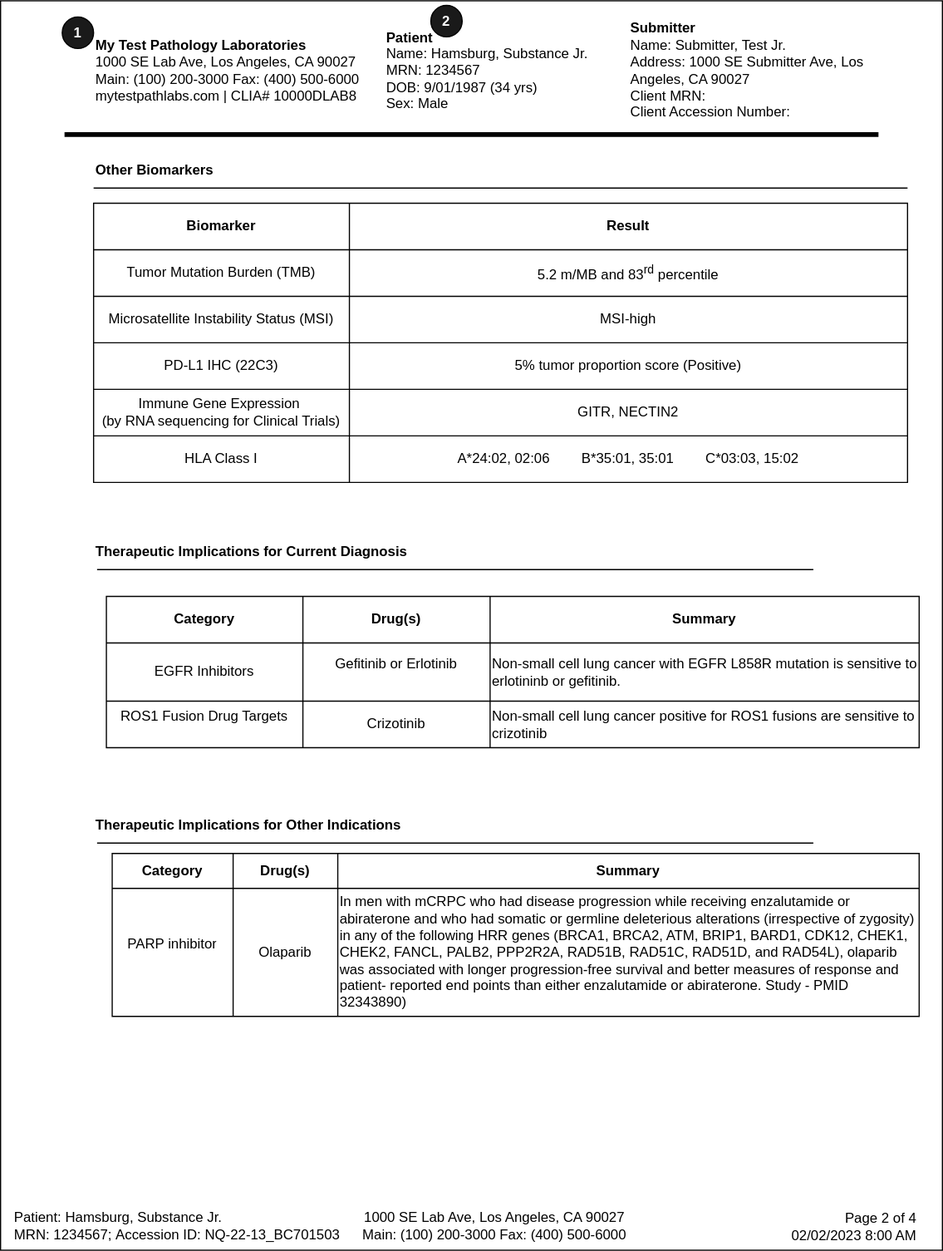
The draw.io diagram input/images/Report_Page2.svg in HL7/genomics-reporting, before a commit. Source tidied: cells renumbered, new cells last; positions are measured from the earlier drawing's top-left corner, leaving out a move shared by most shapes.
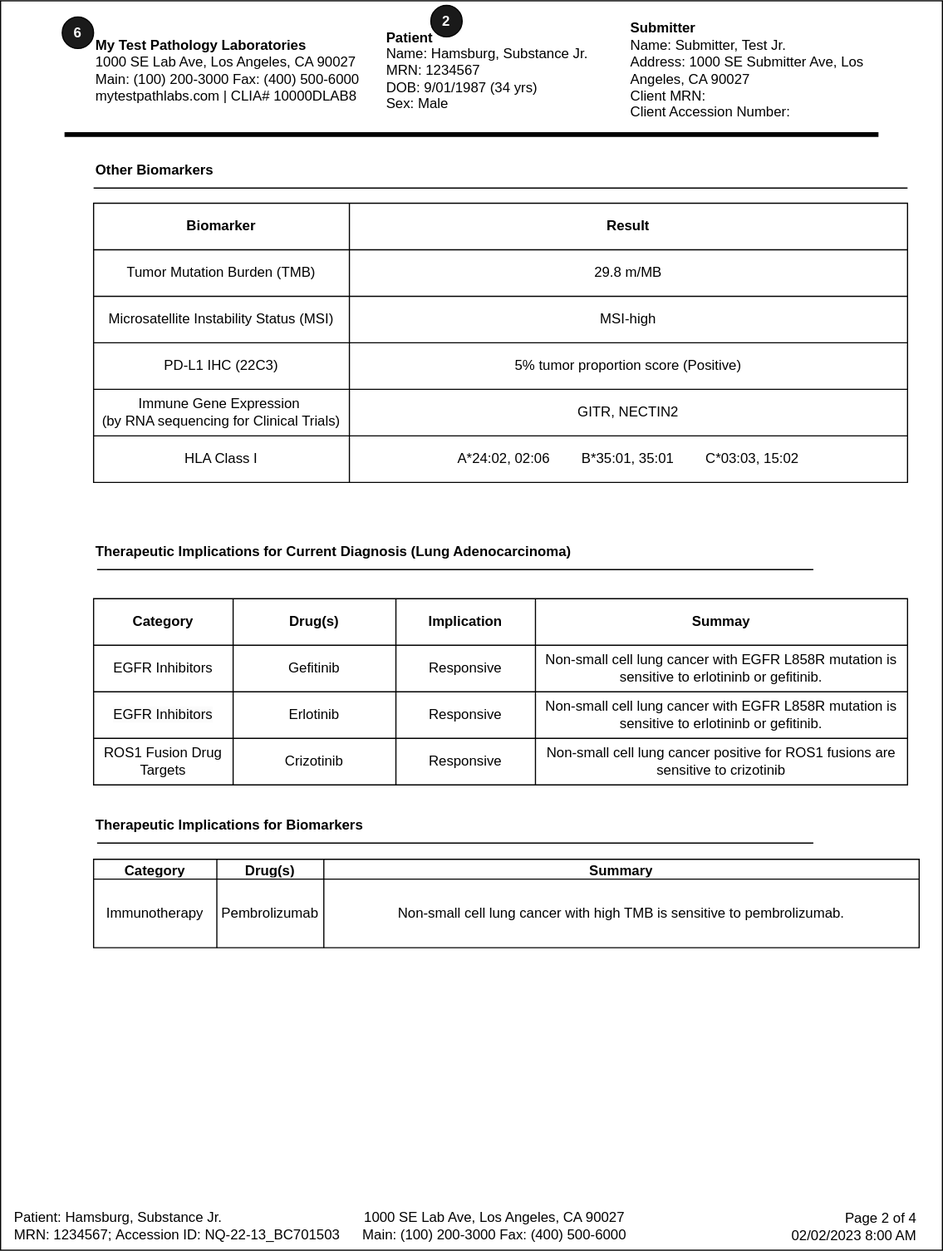
Later version of the same file.

Commit message:
Updates to somatic guidance page

The edit, as a diff of the source:
```diff
@@ -32,7 +32,7 @@
         <mxPoint x="699" y="724" as="targetPoint" />
       </mxGeometry>
     </mxCell>
-    <mxCell id="10" value="Therapeutic Implications for Other Indications" style="text;html=1;strokeColor=none;fillColor=none;align=left;verticalAlign=middle;whiteSpace=wrap;rounded=0;fontStyle=1;" parent="1" vertex="1">
+    <mxCell id="10" value="Therapeutic Implications for Biomarkers" style="text;html=1;strokeColor=none;fillColor=none;align=left;verticalAlign=middle;whiteSpace=wrap;rounded=0;fontStyle=1;" parent="1" vertex="1">
       <mxGeometry x="80" y="694" width="315" height="30" as="geometry" />
     </mxCell>
     <mxCell id="11" value="1000 SE Lab Ave, Los Angeles, CA 90027&lt;br style=&quot;border-color: var(--border-color);&quot;&gt;&lt;div style=&quot;&quot;&gt;&lt;span style=&quot;background-color: initial;&quot;&gt;Main: (100) 200-3000 Fax: (400) 500-6000&lt;/span&gt;&lt;/div&gt;" style="text;html=1;strokeColor=none;fillColor=none;align=center;verticalAlign=middle;whiteSpace=wrap;rounded=0;" parent="1" vertex="1">
@@ -41,7 +41,7 @@
     <mxCell id="12" value="&amp;nbsp;Page 2 of 4&lt;br style=&quot;border-color: var(--border-color);&quot;&gt;02/02/2023 8:00 AM" style="text;html=1;strokeColor=none;fillColor=none;align=right;verticalAlign=middle;whiteSpace=wrap;rounded=0;" parent="1" vertex="1">
       <mxGeometry x="670" y="1034" width="120" height="40" as="geometry" />
     </mxCell>
-    <mxCell id="13" value="&lt;font color=&quot;#ffffff&quot; style=&quot;font-size: 12px;&quot;&gt;&lt;b&gt;1&lt;/b&gt;&lt;/font&gt;" style="ellipse;whiteSpace=wrap;html=1;fillColor=#1A1A1A;direction=south;" parent="1" vertex="1">
+    <mxCell id="13" value="&lt;font color=&quot;#ffffff&quot; style=&quot;font-size: 12px;&quot;&gt;&lt;b&gt;6&lt;/b&gt;&lt;/font&gt;" style="ellipse;whiteSpace=wrap;html=1;fillColor=#1A1A1A;direction=south;" parent="1" vertex="1">
       <mxGeometry x="53" y="14" width="27" height="27" as="geometry" />
     </mxCell>
     <mxCell id="14" value="&lt;font color=&quot;#ffffff&quot; style=&quot;font-size: 12px;&quot;&gt;&lt;b&gt;2&lt;/b&gt;&lt;/font&gt;" style="ellipse;whiteSpace=wrap;html=1;fillColor=#1A1A1A;direction=south;" parent="1" vertex="1">
@@ -53,74 +53,35 @@
         <mxPoint x="699" y="489" as="targetPoint" />
       </mxGeometry>
     </mxCell>
-    <mxCell id="16" value="Therapeutic Implications for Current Diagnosis" style="text;html=1;strokeColor=none;fillColor=none;align=left;verticalAlign=middle;whiteSpace=wrap;rounded=0;fontStyle=1;" parent="1" vertex="1">
-      <mxGeometry x="80" y="459" width="315" height="30" as="geometry" />
+    <mxCell id="16" value="Therapeutic Implications for Current Diagnosis (Lung Adenocarcinoma)" style="text;html=1;strokeColor=none;fillColor=none;align=left;verticalAlign=middle;whiteSpace=wrap;rounded=0;fontStyle=1;" parent="1" vertex="1">
+      <mxGeometry x="80" y="459" width="580" height="30" as="geometry" />
     </mxCell>
-    <mxCell id="17" style="shape=table;startSize=0;" parent="1" vertex="1">
-      <mxGeometry x="91" y="512" width="699" height="130" as="geometry" />
-    </mxCell>
-    <mxCell id="18" style="shape=tableRow;horizontal=0;startSize=0;swimlaneHead=0;swimlaneBody=0;strokeColor=inherit;top=0;left=0;bottom=0;right=0;fillColor=none;" parent="17" vertex="1">
-      <mxGeometry width="699" height="40" as="geometry" />
-    </mxCell>
-    <mxCell id="19" value="Category" style="shape=partialRectangle;html=1;whiteSpace=wrap;strokeColor=inherit;overflow=hidden;fillColor=none;top=0;left=0;bottom=0;right=0;fontStyle=1;" parent="18" vertex="1">
-      <mxGeometry width="169" height="40" as="geometry" />
-    </mxCell>
-    <mxCell id="20" value="Drug(s)" style="shape=partialRectangle;html=1;whiteSpace=wrap;strokeColor=inherit;overflow=hidden;fillColor=none;top=0;left=0;bottom=0;right=0;fontStyle=1;" parent="18" vertex="1">
-      <mxGeometry x="169" width="161" height="40" as="geometry" />
-    </mxCell>
-    <mxCell id="21" value="Summary" style="shape=partialRectangle;html=1;whiteSpace=wrap;strokeColor=inherit;overflow=hidden;fillColor=none;top=0;left=0;bottom=0;right=0;fontStyle=1;" parent="18" vertex="1">
-      <mxGeometry x="330" width="369" height="40" as="geometry" />
-    </mxCell>
-    <mxCell id="22" style="shape=tableRow;horizontal=0;startSize=0;swimlaneHead=0;swimlaneBody=0;strokeColor=inherit;top=0;left=0;bottom=0;right=0;fillColor=none;" parent="17" vertex="1">
-      <mxGeometry y="40" width="699" height="50" as="geometry" />
-    </mxCell>
-    <mxCell id="23" value="EGFR Inhibitors" style="shape=partialRectangle;html=1;whiteSpace=wrap;strokeColor=inherit;overflow=hidden;fillColor=none;top=0;left=0;bottom=0;right=0;" parent="22" vertex="1">
-      <mxGeometry width="169" height="50" as="geometry" />
-    </mxCell>
-    <mxCell id="24" value="Gefitinib  or Erlotinib&lt;br/&gt;&lt;br/&gt;" style="shape=partialRectangle;html=1;whiteSpace=wrap;strokeColor=inherit;overflow=hidden;fillColor=none;top=0;left=0;bottom=0;right=0;" parent="22" vertex="1">
-      <mxGeometry x="169" width="161" height="50" as="geometry" />
-    </mxCell>
-    <mxCell id="25" value="Non-small cell lung cancer with EGFR L858R mutation is sensitive to erlotininb or gefitinib." style="shape=partialRectangle;html=1;whiteSpace=wrap;strokeColor=inherit;overflow=hidden;fillColor=none;top=0;left=0;bottom=0;right=0;align=left;" parent="22" vertex="1">
-      <mxGeometry x="330" width="369" height="50" as="geometry" />
-    </mxCell>
-    <mxCell id="26" style="shape=tableRow;horizontal=0;startSize=0;swimlaneHead=0;swimlaneBody=0;strokeColor=inherit;top=0;left=0;bottom=0;right=0;fillColor=none;" parent="17" vertex="1">
-      <mxGeometry y="90" width="699" height="40" as="geometry" />
-    </mxCell>
-    <mxCell id="27" value="ROS1 Fusion Drug Targets&lt;br/&gt;&lt;br/&gt;" style="shape=partialRectangle;html=1;whiteSpace=wrap;strokeColor=inherit;overflow=hidden;fillColor=none;top=0;left=0;bottom=0;right=0;" parent="26" vertex="1">
-      <mxGeometry width="169" height="40" as="geometry" />
-    </mxCell>
-    <mxCell id="28" value="Crizotinib" style="shape=partialRectangle;html=1;whiteSpace=wrap;strokeColor=inherit;overflow=hidden;fillColor=none;top=0;left=0;bottom=0;right=0;" parent="26" vertex="1">
-      <mxGeometry x="169" width="161" height="40" as="geometry" />
-    </mxCell>
-    <mxCell id="29" value="Non-small cell lung cancer positive for ROS1 fusions are sensitive to crizotinib" style="shape=partialRectangle;html=1;whiteSpace=wrap;strokeColor=inherit;overflow=hidden;fillColor=none;top=0;left=0;bottom=0;right=0;align=left;" parent="26" vertex="1">
-      <mxGeometry x="330" width="369" height="40" as="geometry" />
-    </mxCell>
     <mxCell id="30" style="shape=table;startSize=0;" parent="1" vertex="1">
-      <mxGeometry x="96" y="733" width="694" height="140" as="geometry" />
+      <mxGeometry x="80" y="738" width="710" height="76" as="geometry" />
     </mxCell>
     <mxCell id="31" style="shape=tableRow;horizontal=0;startSize=0;swimlaneHead=0;swimlaneBody=0;strokeColor=inherit;top=0;left=0;bottom=0;right=0;fillColor=none;" parent="30" vertex="1">
-      <mxGeometry width="694" height="30" as="geometry" />
+      <mxGeometry width="710" height="17" as="geometry" />
     </mxCell>
     <mxCell id="32" value="Category" style="shape=partialRectangle;html=1;whiteSpace=wrap;strokeColor=inherit;overflow=hidden;fillColor=none;top=0;left=0;bottom=0;right=0;fontStyle=1;" parent="31" vertex="1">
-      <mxGeometry width="104" height="30" as="geometry" />
+      <mxGeometry width="106" height="17" as="geometry" />
     </mxCell>
     <mxCell id="33" value="Drug(s)" style="shape=partialRectangle;html=1;whiteSpace=wrap;strokeColor=inherit;overflow=hidden;fillColor=none;top=0;left=0;bottom=0;right=0;fontStyle=1;" parent="31" vertex="1">
-      <mxGeometry x="104" width="90" height="30" as="geometry" />
+      <mxGeometry x="106" width="92" height="17" as="geometry" />
     </mxCell>
     <mxCell id="34" value="Summary" style="shape=partialRectangle;html=1;whiteSpace=wrap;strokeColor=inherit;overflow=hidden;fillColor=none;top=0;left=0;bottom=0;right=0;fontStyle=1;" parent="31" vertex="1">
-      <mxGeometry x="194" width="500" height="30" as="geometry" />
+      <mxGeometry x="198" width="512" height="17" as="geometry" />
     </mxCell>
     <mxCell id="35" style="shape=tableRow;horizontal=0;startSize=0;swimlaneHead=0;swimlaneBody=0;strokeColor=inherit;top=0;left=0;bottom=0;right=0;fillColor=none;" parent="30" vertex="1">
-      <mxGeometry y="30" width="694" height="110" as="geometry" />
+      <mxGeometry y="17" width="710" height="59" as="geometry" />
     </mxCell>
-    <mxCell id="36" value="PARP inhibitor&lt;br/&gt;&lt;br/&gt;" style="shape=partialRectangle;html=1;whiteSpace=wrap;strokeColor=inherit;overflow=hidden;fillColor=none;top=0;left=0;bottom=0;right=0;" parent="35" vertex="1">
-      <mxGeometry width="104" height="110" as="geometry" />
+    <mxCell id="36" value="Immunotherapy" style="shape=partialRectangle;html=1;whiteSpace=wrap;strokeColor=inherit;overflow=hidden;fillColor=none;top=0;left=0;bottom=0;right=0;" parent="35" vertex="1">
+      <mxGeometry width="106" height="59" as="geometry" />
     </mxCell>
-    <mxCell id="37" value="Olaparib" style="shape=partialRectangle;html=1;whiteSpace=wrap;strokeColor=inherit;overflow=hidden;fillColor=none;top=0;left=0;bottom=0;right=0;" parent="35" vertex="1">
-      <mxGeometry x="104" width="90" height="110" as="geometry" />
+    <mxCell id="37" value="Pembrolizumab" style="shape=partialRectangle;html=1;whiteSpace=wrap;strokeColor=inherit;overflow=hidden;fillColor=none;top=0;left=0;bottom=0;right=0;" parent="35" vertex="1">
+      <mxGeometry x="106" width="92" height="59" as="geometry" />
     </mxCell>
-    <mxCell id="38" value="In men with mCRPC who had disease progression while receiving enzalutamide or abiraterone and who had somatic or germline deleterious alterations (irrespective of zygosity) in any of the following HRR genes (BRCA1, BRCA2, ATM, BRIP1, BARD1, CDK12, CHEK1, CHEK2, FANCL, PALB2, PPP2R2A, RAD51B, RAD51C, RAD51D, and RAD54L), olaparib was associated with longer progression-free survival and better measures of response and patient- reported end points than either enzalutamide or abiraterone.&amp;nbsp;Study - PMID 32343890)" style="shape=partialRectangle;html=1;whiteSpace=wrap;strokeColor=inherit;overflow=hidden;fillColor=none;top=0;left=0;bottom=0;right=0;align=left;" parent="35" vertex="1">
-      <mxGeometry x="194" width="500" height="110" as="geometry" />
+    <mxCell id="38" value="Non-small cell lung cancer with high TMB is sensitive to pembrolizumab." style="shape=partialRectangle;html=1;whiteSpace=wrap;strokeColor=inherit;overflow=hidden;fillColor=none;top=0;left=0;bottom=0;right=0;align=center;" parent="35" vertex="1">
+      <mxGeometry x="198" width="512" height="59" as="geometry" />
     </mxCell>
     <mxCell id="39" value="Patient: Hamsburg, Substance Jr.&lt;br style=&quot;border-color: var(--border-color);&quot;&gt;MRN: 1234567;&amp;nbsp;Accession ID:&amp;nbsp;NQ-22-13_BC701503" style="text;html=1;strokeColor=none;fillColor=none;align=left;verticalAlign=middle;whiteSpace=wrap;rounded=0;" parent="1" vertex="1">
       <mxGeometry x="10" y="1033" width="300" height="40" as="geometry" />
@@ -143,7 +104,7 @@
     <mxCell id="45" value="Tumor Mutation Burden (TMB)" style="shape=partialRectangle;html=1;whiteSpace=wrap;strokeColor=inherit;overflow=hidden;fillColor=none;top=0;left=0;bottom=0;right=0;" parent="44" vertex="1">
       <mxGeometry width="220" height="40" as="geometry" />
     </mxCell>
-    <mxCell id="46" value="5.2 m/MB and 83&lt;sup style=&quot;border-color: var(--border-color);&quot;&gt;rd&lt;/sup&gt;&amp;nbsp;percentile" style="shape=partialRectangle;html=1;whiteSpace=wrap;strokeColor=inherit;overflow=hidden;fillColor=none;top=0;left=0;bottom=0;right=0;" parent="44" vertex="1">
+    <mxCell id="46" value="29.8 m/MB" style="shape=partialRectangle;html=1;whiteSpace=wrap;strokeColor=inherit;overflow=hidden;fillColor=none;top=0;left=0;bottom=0;right=0;" parent="44" vertex="1">
       <mxGeometry x="220" width="480" height="40" as="geometry" />
     </mxCell>
     <mxCell id="47" style="shape=tableRow;horizontal=0;startSize=0;swimlaneHead=0;swimlaneBody=0;strokeColor=inherit;top=0;left=0;bottom=0;right=0;fillColor=none;" parent="40" vertex="1">
@@ -182,5 +143,68 @@
     <mxCell id="58" value="A*24:02, 02:06&lt;span style=&quot;white-space: pre;&quot;&gt;&#9;&lt;/span&gt;B*35:01, 35:01&lt;span style=&quot;white-space: pre;&quot;&gt;&#9;&lt;/span&gt;C*03:03, 15:02" style="shape=partialRectangle;html=1;whiteSpace=wrap;strokeColor=inherit;overflow=hidden;fillColor=none;top=0;left=0;bottom=0;right=0;" parent="56" vertex="1">
       <mxGeometry x="220" width="480" height="40" as="geometry" />
     </mxCell>
+    <mxCell id="59" style="shape=table;startSize=0;" parent="1" vertex="1">
+      <mxGeometry x="80" y="514" width="700" height="160" as="geometry" />
+    </mxCell>
+    <mxCell id="60" style="shape=tableRow;horizontal=0;startSize=0;swimlaneHead=0;swimlaneBody=0;strokeColor=inherit;top=0;left=0;bottom=0;right=0;fillColor=none;" parent="59" vertex="1">
+      <mxGeometry width="700" height="40" as="geometry" />
+    </mxCell>
+    <mxCell id="19" value="&lt;b&gt;Category&lt;/b&gt;" style="shape=partialRectangle;html=1;whiteSpace=wrap;strokeColor=inherit;overflow=hidden;fillColor=none;top=0;left=0;bottom=0;right=0;" parent="60" vertex="1">
+      <mxGeometry width="120" height="40" as="geometry" />
+    </mxCell>
+    <mxCell id="20" value="&lt;b&gt;Drug(s)&lt;/b&gt;" style="shape=partialRectangle;html=1;whiteSpace=wrap;strokeColor=inherit;overflow=hidden;fillColor=none;top=0;left=0;bottom=0;right=0;" parent="60" vertex="1">
+      <mxGeometry x="120" width="140" height="40" as="geometry" />
+    </mxCell>
+    <mxCell id="61" value="&lt;b&gt;Implication&lt;/b&gt;" style="shape=partialRectangle;html=1;whiteSpace=wrap;strokeColor=inherit;overflow=hidden;fillColor=none;top=0;left=0;bottom=0;right=0;" parent="60" vertex="1">
+      <mxGeometry x="260" width="120" height="40" as="geometry" />
+    </mxCell>
+    <mxCell id="62" value="&lt;b&gt;Summay&lt;/b&gt;" style="shape=partialRectangle;html=1;whiteSpace=wrap;strokeColor=inherit;overflow=hidden;fillColor=none;top=0;left=0;bottom=0;right=0;" parent="60" vertex="1">
+      <mxGeometry x="380" width="320" height="40" as="geometry" />
+    </mxCell>
+    <mxCell id="63" style="shape=tableRow;horizontal=0;startSize=0;swimlaneHead=0;swimlaneBody=0;strokeColor=inherit;top=0;left=0;bottom=0;right=0;fillColor=none;" parent="59" vertex="1">
+      <mxGeometry y="40" width="700" height="40" as="geometry" />
+    </mxCell>
+    <mxCell id="23" value="EGFR Inhibitors" style="shape=partialRectangle;html=1;whiteSpace=wrap;strokeColor=inherit;overflow=hidden;fillColor=none;top=0;left=0;bottom=0;right=0;" parent="63" vertex="1">
+      <mxGeometry width="120" height="40" as="geometry" />
+    </mxCell>
+    <mxCell id="64" value="Gefitinib" style="shape=partialRectangle;html=1;whiteSpace=wrap;strokeColor=inherit;overflow=hidden;fillColor=none;top=0;left=0;bottom=0;right=0;" parent="63" vertex="1">
+      <mxGeometry x="120" width="140" height="40" as="geometry" />
+    </mxCell>
+    <mxCell id="65" value="Responsive" style="shape=partialRectangle;html=1;whiteSpace=wrap;strokeColor=inherit;overflow=hidden;fillColor=none;top=0;left=0;bottom=0;right=0;" parent="63" vertex="1">
+      <mxGeometry x="260" width="120" height="40" as="geometry" />
+    </mxCell>
+    <mxCell id="66" value="Non-small cell lung cancer with EGFR L858R mutation is sensitive to erlotininb or gefitinib." style="shape=partialRectangle;html=1;whiteSpace=wrap;strokeColor=inherit;overflow=hidden;fillColor=none;top=0;left=0;bottom=0;right=0;" parent="63" vertex="1">
+      <mxGeometry x="380" width="320" height="40" as="geometry" />
+    </mxCell>
+    <mxCell id="67" style="shape=tableRow;horizontal=0;startSize=0;swimlaneHead=0;swimlaneBody=0;strokeColor=inherit;top=0;left=0;bottom=0;right=0;fillColor=none;" parent="59" vertex="1">
+      <mxGeometry y="80" width="700" height="40" as="geometry" />
+    </mxCell>
+    <mxCell id="68" value="&lt;meta charset=&quot;utf-8&quot;&gt;&lt;span style=&quot;color: rgb(0, 0, 0); font-family: Helvetica; font-size: 12px; font-style: normal; font-variant-ligatures: normal; font-variant-caps: normal; font-weight: 400; letter-spacing: normal; orphans: 2; text-align: center; text-indent: 0px; text-transform: none; widows: 2; word-spacing: 0px; -webkit-text-stroke-width: 0px; background-color: rgb(251, 251, 251); text-decoration-thickness: initial; text-decoration-style: initial; text-decoration-color: initial; float: none; display: inline !important;&quot;&gt;EGFR Inhibitors&lt;/span&gt;" style="shape=partialRectangle;html=1;whiteSpace=wrap;strokeColor=inherit;overflow=hidden;fillColor=none;top=0;left=0;bottom=0;right=0;" parent="67" vertex="1">
+      <mxGeometry width="120" height="40" as="geometry" />
+    </mxCell>
+    <mxCell id="69" value="Erlotinib" style="shape=partialRectangle;html=1;whiteSpace=wrap;strokeColor=inherit;overflow=hidden;fillColor=none;top=0;left=0;bottom=0;right=0;" parent="67" vertex="1">
+      <mxGeometry x="120" width="140" height="40" as="geometry" />
+    </mxCell>
+    <mxCell id="70" value="Responsive" style="shape=partialRectangle;html=1;whiteSpace=wrap;strokeColor=inherit;overflow=hidden;fillColor=none;top=0;left=0;bottom=0;right=0;" parent="67" vertex="1">
+      <mxGeometry x="260" width="120" height="40" as="geometry" />
+    </mxCell>
+    <mxCell id="71" value="Non-small cell lung cancer with EGFR L858R mutation is sensitive to erlotininb or gefitinib." style="shape=partialRectangle;html=1;whiteSpace=wrap;strokeColor=inherit;overflow=hidden;fillColor=none;top=0;left=0;bottom=0;right=0;" parent="67" vertex="1">
+      <mxGeometry x="380" width="320" height="40" as="geometry" />
+    </mxCell>
+    <mxCell id="72" style="shape=tableRow;horizontal=0;startSize=0;swimlaneHead=0;swimlaneBody=0;strokeColor=inherit;top=0;left=0;bottom=0;right=0;fillColor=none;" parent="59" vertex="1">
+      <mxGeometry y="120" width="700" height="40" as="geometry" />
+    </mxCell>
+    <mxCell id="27" value="ROS1 Fusion Drug Targets" style="shape=partialRectangle;html=1;whiteSpace=wrap;strokeColor=inherit;overflow=hidden;fillColor=none;top=0;left=0;bottom=0;right=0;" parent="72" vertex="1">
+      <mxGeometry width="120" height="40" as="geometry" />
+    </mxCell>
+    <mxCell id="28" value="Crizotinib" style="shape=partialRectangle;html=1;whiteSpace=wrap;strokeColor=inherit;overflow=hidden;fillColor=none;top=0;left=0;bottom=0;right=0;" parent="72" vertex="1">
+      <mxGeometry x="120" width="140" height="40" as="geometry" />
+    </mxCell>
+    <mxCell id="73" value="Responsive" style="shape=partialRectangle;html=1;whiteSpace=wrap;strokeColor=inherit;overflow=hidden;fillColor=none;top=0;left=0;bottom=0;right=0;" parent="72" vertex="1">
+      <mxGeometry x="260" width="120" height="40" as="geometry" />
+    </mxCell>
+    <mxCell id="29" value="Non-small cell lung cancer positive for ROS1 fusions are sensitive to crizotinib" style="shape=partialRectangle;html=1;whiteSpace=wrap;strokeColor=inherit;overflow=hidden;fillColor=none;top=0;left=0;bottom=0;right=0;" parent="72" vertex="1">
+      <mxGeometry x="380" width="320" height="40" as="geometry" />
+    </mxCell>
   </root>
 </mxGraphModel>
```
